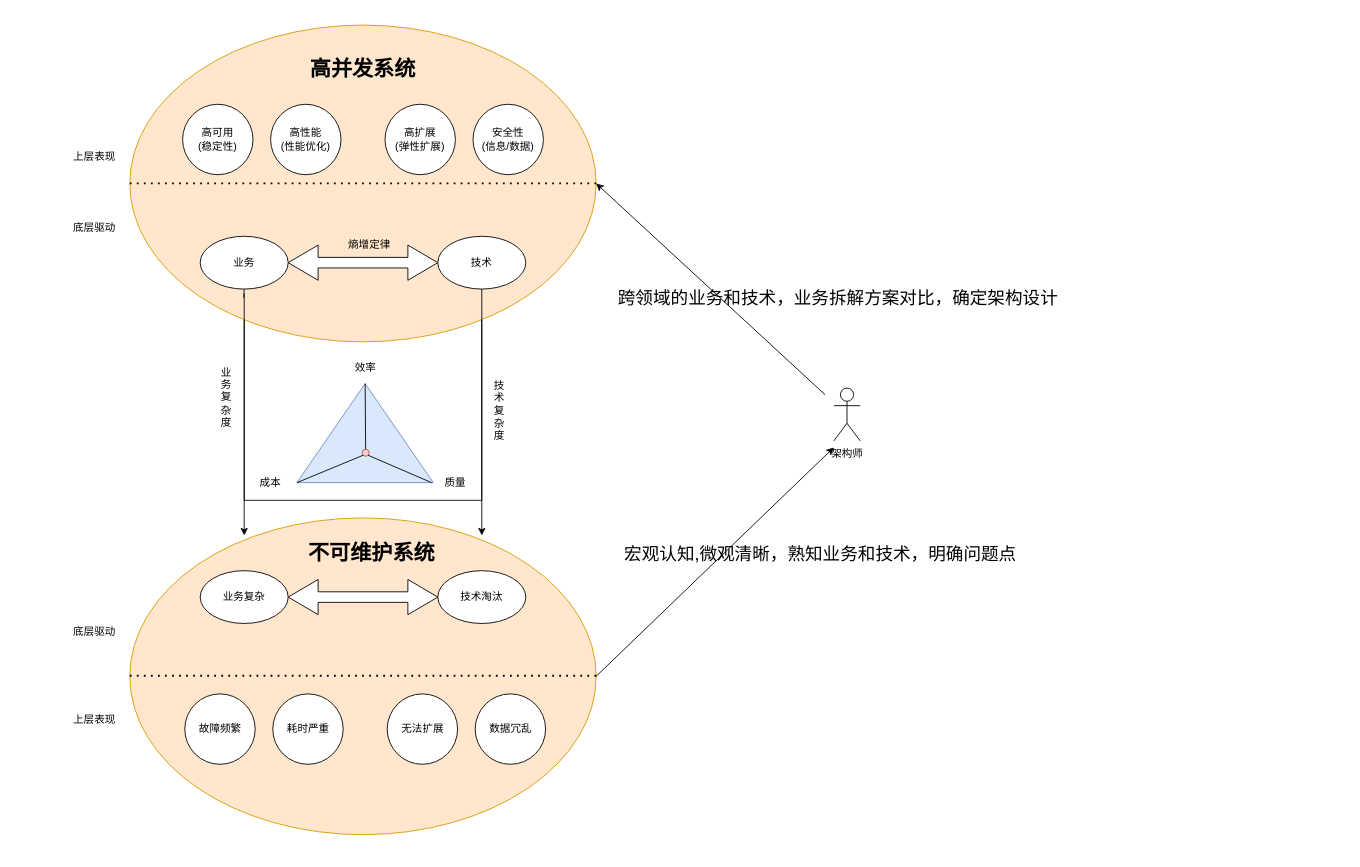
Before: 复杂系统高并发设计.drawio in xiaochengxinyizhan/Three-Year-Plan, a draw.io diagram. Source tidied: cells renumbered, new cells numbered last; positions are measured from the earlier drawing's top-left corner, leaving out a move shared by most shapes. Both pictures are drawn from the tidied source at 88%, with x=0, y=0 at pixel (68, 25).
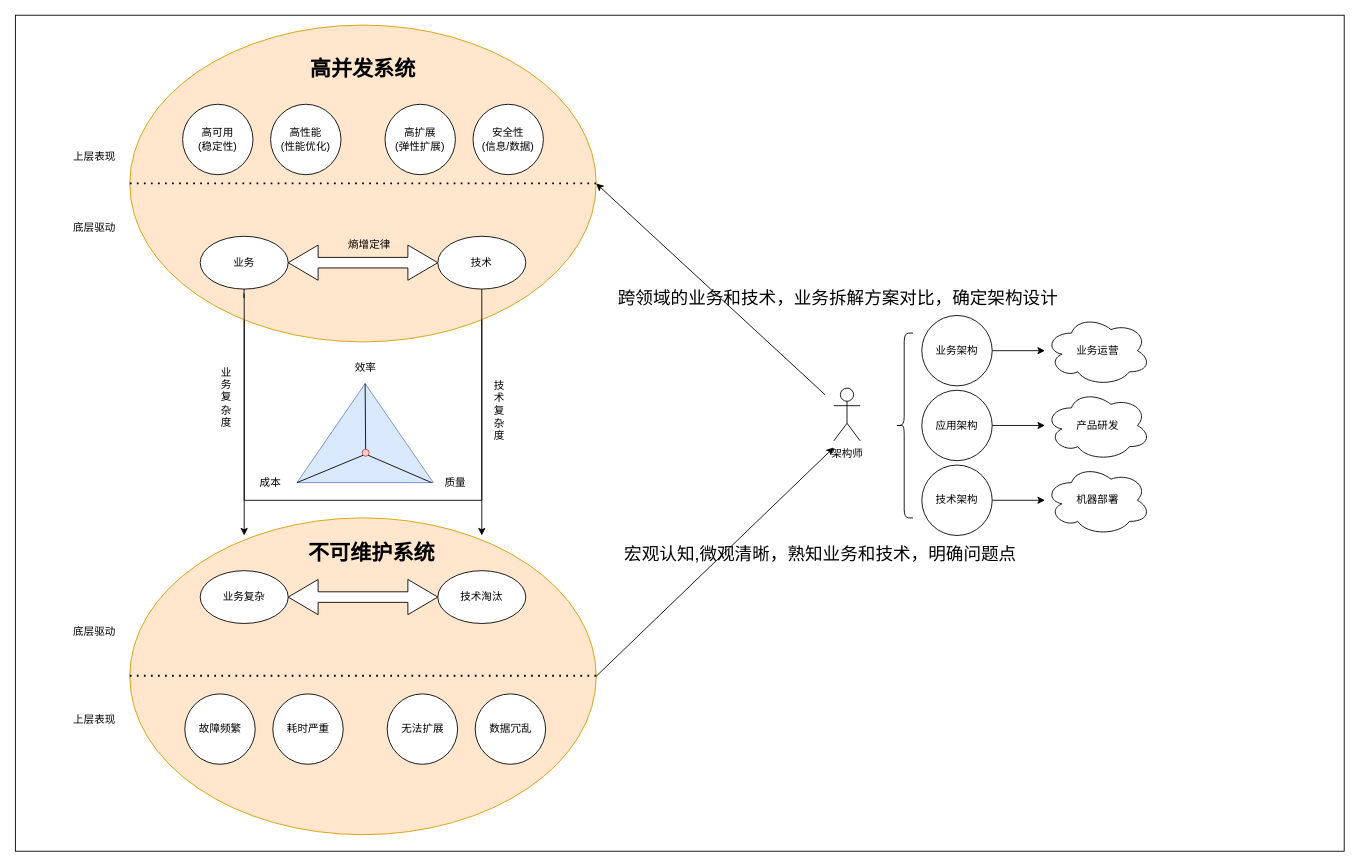
The same diagram, later.

Commit message (it also covers changes not shown here):
Update 复杂系统高并发设计.drawio

Diff of the diagram source:
```diff
@@
+    <mxCell id="46" style="rounded=0;whiteSpace=wrap;html=1;" parent="1" vertex="1">
+      <mxGeometry x="-60" y="-11.2" width="1510" height="950" as="geometry" />
+    </mxCell>
@@
+    <mxCell id="47" style="edgeStyle=orthogonalEdgeStyle;rounded=0;jettySize=auto;html=1;" parent="1" edge="1" source="48" target="49">
+      <mxGeometry relative="1" as="geometry" />
+    </mxCell>
+    <mxCell id="48" value="技术架构" style="ellipse;whiteSpace=wrap;html=1;" parent="1" vertex="1">
+      <mxGeometry x="970" y="500" width="80" height="80" as="geometry" />
+    </mxCell>
+    <mxCell id="49" value="机器部署" style="ellipse;shape=cloud;whiteSpace=wrap;html=1;" parent="1" vertex="1">
+      <mxGeometry x="1110" y="500" width="120" height="80" as="geometry" />
+    </mxCell>
+    <mxCell id="50" style="edgeStyle=orthogonalEdgeStyle;rounded=0;jettySize=auto;html=1;" parent="1" edge="1" source="51" target="52">
+      <mxGeometry relative="1" as="geometry" />
+    </mxCell>
+    <mxCell id="51" value="应用架构" style="ellipse;whiteSpace=wrap;html=1;" parent="1" vertex="1">
+      <mxGeometry x="970" y="415" width="80" height="80" as="geometry" />
+    </mxCell>
+    <mxCell id="52" value="产品研发" style="ellipse;shape=cloud;whiteSpace=wrap;html=1;" parent="1" vertex="1">
+      <mxGeometry x="1110" y="415" width="120" height="80" as="geometry" />
+    </mxCell>
+    <mxCell id="53" style="edgeStyle=orthogonalEdgeStyle;rounded=0;jettySize=auto;html=1;" parent="1" edge="1" source="54" target="55">
+      <mxGeometry relative="1" as="geometry" />
+    </mxCell>
+    <mxCell id="54" value="业务架构" style="ellipse;whiteSpace=wrap;html=1;" parent="1" vertex="1">
+      <mxGeometry x="970" y="330" width="80" height="80" as="geometry" />
+    </mxCell>
+    <mxCell id="55" value="业务运营" style="ellipse;shape=cloud;whiteSpace=wrap;html=1;" parent="1" vertex="1">
+      <mxGeometry x="1110" y="330" width="120" height="80" as="geometry" />
+    </mxCell>
+    <mxCell id="56" style="shape=curlyBracket;whiteSpace=wrap;html=1;rounded=1;" parent="1" vertex="1">
+      <mxGeometry x="940" y="350" width="20" height="210" as="geometry" />
+    </mxCell>
```
